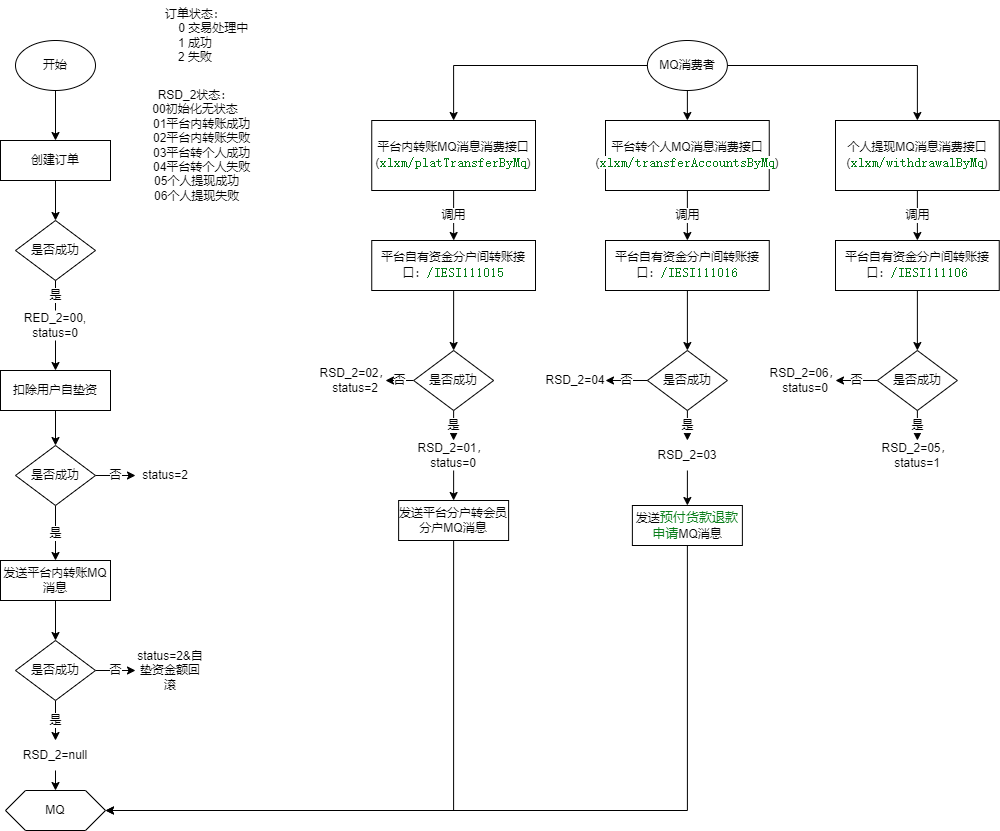
Earlier version of the draw.io export 厦门国际代付订单状态流转.drawio.png (songyibo2019/mydiagrams). Source tidied: cells renumbered, new cells last; positions are measured from the earlier drawing's top-left corner, leaving out a move shared by most shapes.
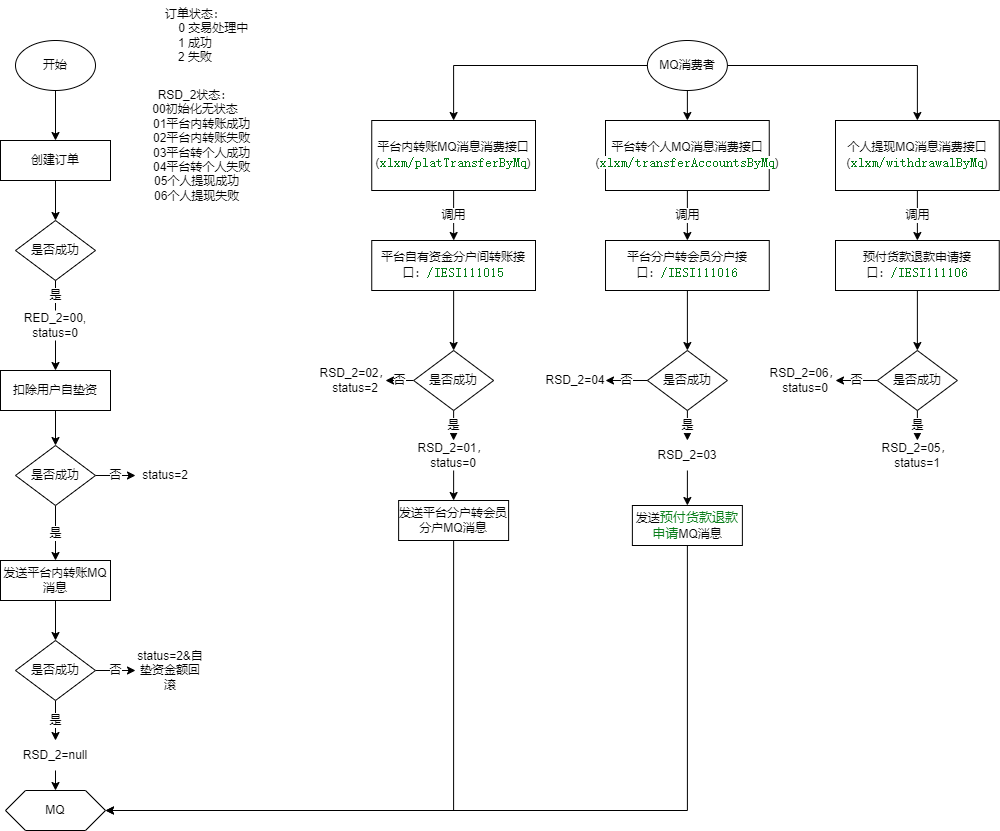
Later version of the same file.

Commit message:
Update 厦门国际代付订单状态流转.drawio.png

Diff of the diagram source:
```diff
@@ -131,13 +131,13 @@
     <mxCell id="44" style="edgeStyle=orthogonalEdgeStyle;rounded=0;jettySize=auto;html=1;exitX=0.5;exitY=1;exitDx=0;exitDy=0;" parent="1" edge="1" source="45" target="53">
       <mxGeometry relative="1" as="geometry" />
     </mxCell>
-    <mxCell id="45" value="平台自有资金分户间转账接口：&lt;span style=&quot;color: rgb(6 , 125 , 23) ; background-color: rgb(255 , 255 , 255) ; font-family: &amp;#34;jetbrains mono&amp;#34; , monospace ; font-size: 9.8pt&quot;&gt;/IESI111016&lt;/span&gt;" style="rounded=0;whiteSpace=wrap;html=1;" parent="1" vertex="1">
+    <mxCell id="45" value="平台分户转会员分户接口：&lt;span style=&quot;color: rgb(6 , 125 , 23) ; background-color: rgb(255 , 255 , 255) ; font-family: &amp;#34;jetbrains mono&amp;#34; , monospace ; font-size: 9.8pt&quot;&gt;/IESI111016&lt;/span&gt;" style="rounded=0;whiteSpace=wrap;html=1;" parent="1" vertex="1">
       <mxGeometry x="605" y="240" width="163.8" height="50" as="geometry" />
     </mxCell>
     <mxCell id="46" style="edgeStyle=orthogonalEdgeStyle;rounded=0;jettySize=auto;html=1;exitX=0.5;exitY=1;exitDx=0;exitDy=0;" parent="1" edge="1" source="47" target="56">
       <mxGeometry relative="1" as="geometry" />
     </mxCell>
-    <mxCell id="47" value="平台自有资金分户间转账接口：&lt;span style=&quot;color: rgb(6 , 125 , 23) ; background-color: rgb(255 , 255 , 255) ; font-family: &amp;#34;jetbrains mono&amp;#34; , monospace ; font-size: 9.8pt&quot;&gt;/IESI111106&lt;/span&gt;" style="rounded=0;whiteSpace=wrap;html=1;" parent="1" vertex="1">
+    <mxCell id="47" value="预付货款退款申请接口：&lt;span style=&quot;color: rgb(6 , 125 , 23) ; background-color: rgb(255 , 255 , 255) ; font-family: &amp;#34;jetbrains mono&amp;#34; , monospace ; font-size: 9.8pt&quot;&gt;/IESI111106&lt;/span&gt;" style="rounded=0;whiteSpace=wrap;html=1;" parent="1" vertex="1">
       <mxGeometry x="835" y="240" width="163.8" height="50" as="geometry" />
     </mxCell>
     <mxCell id="48" value="MQ" style="shape=hexagon;perimeter=hexagonPerimeter2;whiteSpace=wrap;html=1;fixedSize=1;" parent="1" vertex="1">
```
